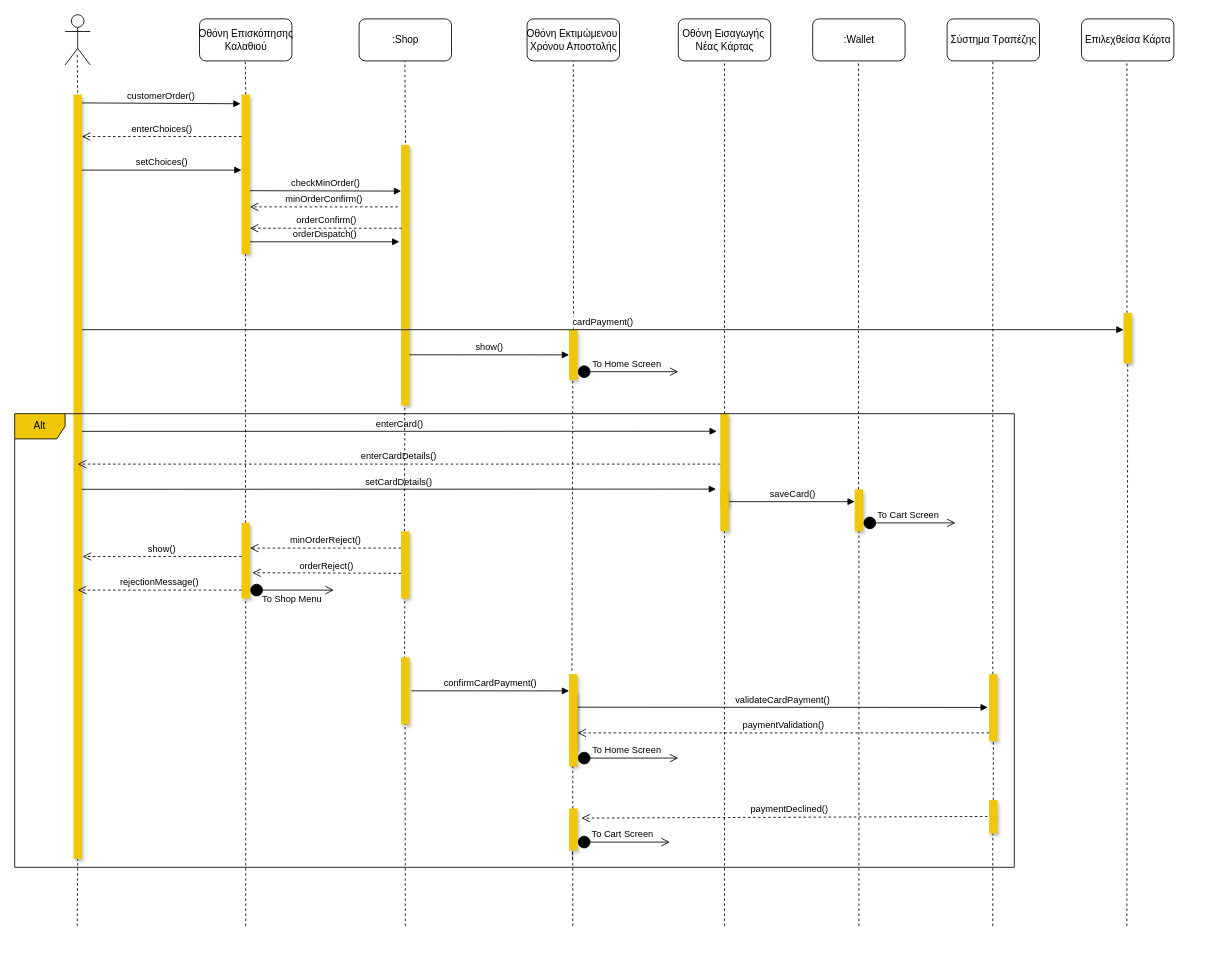
iloudaros/nomnomr keeps this draw.io diagram as docs/contributions/Kout-ou/Phase 4/order_payment.drawio. Above is the earlier version. Source tidied: cells renumbered, new cells numbered last; positions are measured from the earlier drawing's top-left corner, leaving out a move shared by most shapes. Both pictures are drawn from the tidied source at 84%, with x=0, y=0 at pixel (14, 14).
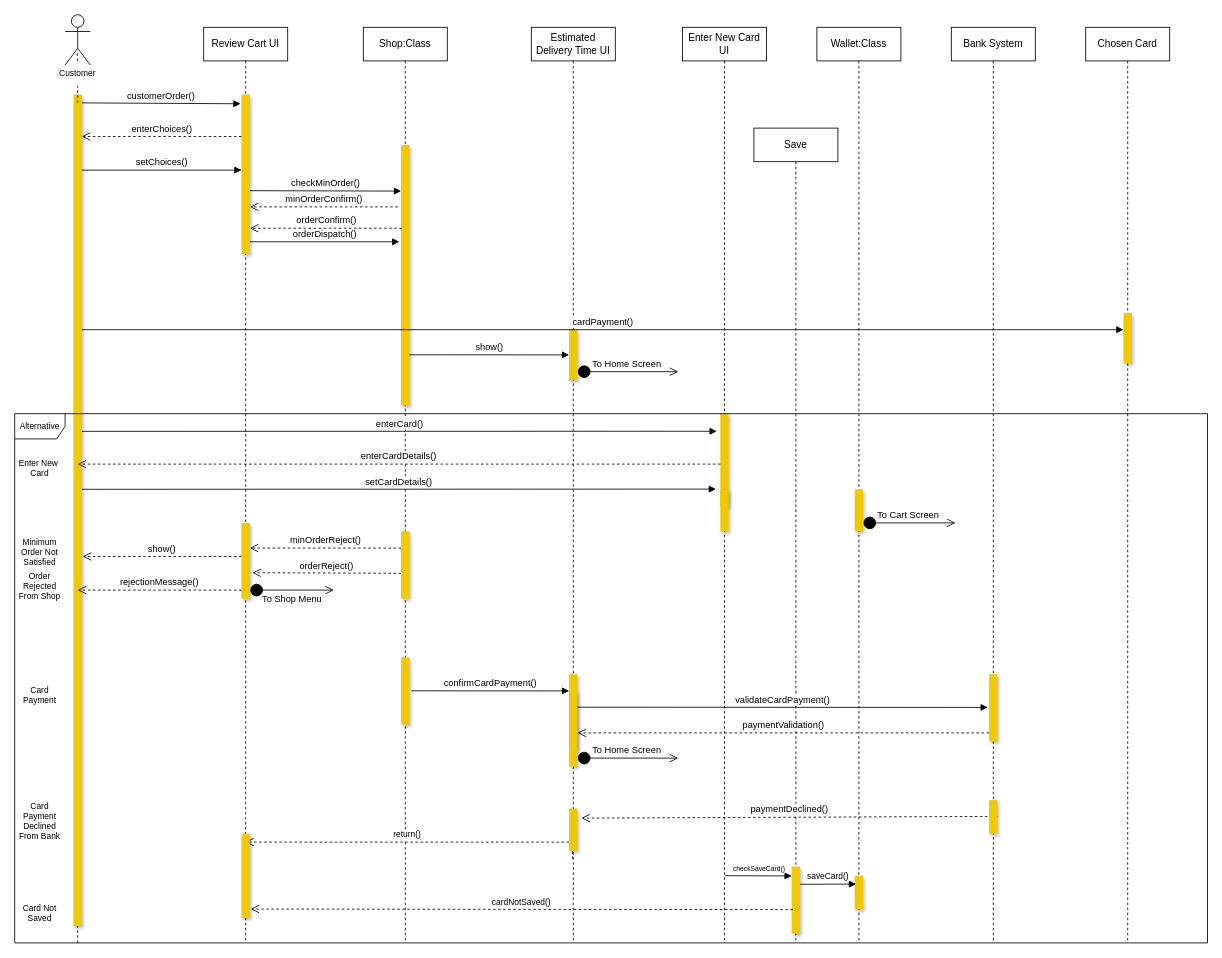
Above is the later version.

Commit message (it also covers changes not shown here):
Fixed Order Payment and Enter Room Sequence

Unchanged cells that the change refers to:
```xml
<mxCell id="18" style="html=1;points=[];perimeter=orthogonalPerimeter;rounded=0;shadow=1;fillColor=#F0C808;strokeColor=none;" parent="1" vertex="1">
  <mxGeometry x="460" y="155" width="10" height="310" as="geometry" />
</mxCell>
<mxCell id="25" style="html=1;points=[];perimeter=orthogonalPerimeter;rounded=0;shadow=1;fillColor=#F0C808;strokeColor=none;" parent="1" vertex="1">
  <mxGeometry x="660" y="375" width="10" height="60" as="geometry" />
</mxCell>
<mxCell id="32" style="html=1;points=[];perimeter=orthogonalPerimeter;rounded=0;shadow=1;fillColor=#F0C808;strokeColor=none;" parent="1" vertex="1">
  <mxGeometry x="1000" y="565" width="10" height="50" as="geometry" />
</mxCell>
<mxCell id="34" style="html=1;points=[];perimeter=orthogonalPerimeter;rounded=0;shadow=1;fillColor=#F0C808;strokeColor=none;" parent="1" vertex="1">
  <mxGeometry x="840" y="475" width="10" height="110" as="geometry" />
</mxCell>
<mxCell id="39" style="html=1;points=[];perimeter=orthogonalPerimeter;rounded=0;shadow=1;fillColor=#F0C808;strokeColor=none;" parent="1" vertex="1">
  <mxGeometry x="840" y="565" width="10" height="50" as="geometry" />
</mxCell>
<mxCell id="43" style="html=1;points=[];perimeter=orthogonalPerimeter;rounded=0;shadow=1;fillColor=#F0C808;strokeColor=none;" parent="1" vertex="1">
  <mxGeometry x="270" y="605" width="10" height="90" as="geometry" />
</mxCell>
<mxCell id="53" style="html=1;points=[];perimeter=orthogonalPerimeter;rounded=0;shadow=1;fillColor=#F0C808;strokeColor=none;" parent="1" vertex="1">
  <mxGeometry x="460" y="765" width="10" height="80" as="geometry" />
</mxCell>
<mxCell id="55" style="html=1;points=[];perimeter=orthogonalPerimeter;rounded=0;shadow=1;fillColor=#F0C808;strokeColor=none;" parent="1" vertex="1">
  <mxGeometry x="660" y="785" width="10" height="90" as="geometry" />
</mxCell>
<mxCell id="57" style="html=1;points=[];perimeter=orthogonalPerimeter;rounded=0;shadow=1;fillColor=#F0C808;strokeColor=none;" parent="1" vertex="1">
  <mxGeometry x="1160" y="785" width="10" height="80" as="geometry" />
</mxCell>
<mxCell id="64" style="html=1;points=[];perimeter=orthogonalPerimeter;rounded=0;shadow=1;fillColor=#F0C808;strokeColor=none;" parent="1" vertex="1">
  <mxGeometry x="660" y="945" width="10" height="50" as="geometry" />
</mxCell>
<mxCell id="69" style="html=1;points=[];perimeter=orthogonalPerimeter;rounded=0;shadow=1;fillColor=#F0C808;strokeColor=none;" parent="1" vertex="1">
  <mxGeometry x="1160" y="935" width="10" height="40" as="geometry" />
</mxCell>
<mxCell id="75" style="html=1;points=[];perimeter=orthogonalPerimeter;rounded=0;shadow=1;fillColor=#F0C808;strokeColor=none;" parent="1" vertex="1">
  <mxGeometry x="1320" y="355" width="10" height="60" as="geometry" />
</mxCell>
```

What changed in the source:
```diff
@@
-    <mxCell id="2" style="endArrow=none;dashed=1;html=1;rounded=0;entryX=0.5;entryY=1;entryDx=0;entryDy=0;startArrow=none;" parent="1" edge="1" source="75">
-      <mxGeometry relative="1" as="geometry">
-        <mxPoint x="1324.1" y="45" as="targetPoint" />
-      </mxGeometry>
-    </mxCell>
-    <mxCell id="3" style="endArrow=none;dashed=1;html=1;rounded=0;entryX=0.5;entryY=1;entryDx=0;entryDy=0;" parent="1" edge="1">
-      <mxGeometry relative="1" as="geometry">
-        <mxPoint x="1164.4" y="1085" as="sourcePoint" />
-        <mxPoint x="1164.4" y="945" as="targetPoint" />
-      </mxGeometry>
-    </mxCell>
-    <mxCell id="4" style="endArrow=none;dashed=1;html=1;rounded=0;entryX=0.5;entryY=1;entryDx=0;entryDy=0;" parent="1" edge="1">
-      <mxGeometry relative="1" as="geometry">
-        <mxPoint x="664.4" y="1085" as="sourcePoint" />
-        <mxPoint x="664.4" y="945" as="targetPoint" />
-      </mxGeometry>
-    </mxCell>
-    <mxCell id="5" style="endArrow=none;dashed=1;html=1;rounded=0;entryX=0.5;entryY=1;entryDx=0;entryDy=0;" parent="1" edge="1">
-      <mxGeometry relative="1" as="geometry">
-        <mxPoint x="464" y="785" as="sourcePoint" />
-        <mxPoint x="464.4" y="685" as="targetPoint" />
-      </mxGeometry>
-    </mxCell>
-    <mxCell id="6" style="endArrow=none;dashed=1;html=1;rounded=0;" parent="1" edge="1" source="43">
-      <mxGeometry relative="1" as="geometry">
-        <mxPoint x="274.8" y="275" as="targetPoint" />
-      </mxGeometry>
-    </mxCell>
-    <mxCell id="7" value="Οθόνη Επισκόπησης&lt;br&gt;Καλαθιού" style="html=1;rounded=1;" parent="1" vertex="1">
-      <mxGeometry x="220" y="5" width="110" height="50" as="geometry" />
-    </mxCell>
+    <mxCell id="71" style="endArrow=none;dashed=1;html=1;rounded=0;" parent="1" edge="1">
+      <mxGeometry relative="1" as="geometry">
+        <mxPoint x="75" y="1105" as="sourcePoint" />
+        <mxPoint x="75" y="1005" as="targetPoint" />
+      </mxGeometry>
+    </mxCell>
+    <mxCell id="78" value="Shop:Class" style="shape=umlLifeline;perimeter=lifelinePerimeter;whiteSpace=wrap;html=1;fillColor=none;" parent="1" vertex="1">
+      <mxGeometry x="415" y="15" width="100" height="1090" as="geometry" />
+    </mxCell>
+    <mxCell id="79" value="Wallet:Class" style="shape=umlLifeline;perimeter=lifelinePerimeter;whiteSpace=wrap;html=1;fillColor=none;" parent="1" vertex="1">
+      <mxGeometry x="955" y="15" width="100" height="1090" as="geometry" />
+    </mxCell>
+    <mxCell id="80" style="html=1;perimeter=orthogonalPerimeter;rounded=0;shadow=1;fillColor=#F0C808;strokeColor=none;" parent="79" vertex="1">
+      <mxGeometry x="45" y="1010" width="10" height="40" as="geometry" />
+    </mxCell>
+    <mxCell id="81" value="Save" style="shape=umlLifeline;perimeter=lifelinePerimeter;whiteSpace=wrap;html=1;fillColor=none;" parent="1" vertex="1">
+      <mxGeometry x="880" y="135" width="100" height="970" as="geometry" />
+    </mxCell>
+    <mxCell id="82" style="html=1;points=[];perimeter=orthogonalPerimeter;rounded=0;shadow=1;fillColor=#F0C808;strokeColor=none;" parent="81" vertex="1">
+      <mxGeometry x="45" y="879" width="10" height="80" as="geometry" />
+    </mxCell>
+    <mxCell id="83" value="Chosen Card" style="shape=umlLifeline;perimeter=lifelinePerimeter;whiteSpace=wrap;html=1;fillColor=none;" parent="1" vertex="1">
+      <mxGeometry x="1275" y="15" width="100" height="1090" as="geometry" />
+    </mxCell>
+    <mxCell id="84" value="Bank System" style="shape=umlLifeline;perimeter=lifelinePerimeter;whiteSpace=wrap;html=1;fillColor=none;" parent="1" vertex="1">
+      <mxGeometry x="1115" y="15" width="100" height="1090" as="geometry" />
+    </mxCell>
+    <mxCell id="37" value="&lt;font style=&quot;font-size: 10px;&quot;&gt;saveCard()&lt;/font&gt;" style="html=1;verticalAlign=bottom;endArrow=block;rounded=0;fontSize=8;jumpSize=6;entryX=0.161;entryY=0.395;entryDx=0;entryDy=0;entryPerimeter=0;" parent="84" edge="1">
+      <mxGeometry relative="1" as="geometry">
+        <mxPoint x="-180" y="1020.2" as="sourcePoint" />
+        <mxPoint x="-113.4" y="1020" as="targetPoint" />
+      </mxGeometry>
+    </mxCell>
+    <mxCell id="85" value="Enter New Card UI" style="shape=umlLifeline;perimeter=lifelinePerimeter;whiteSpace=wrap;html=1;fillColor=none;" parent="1" vertex="1">
+      <mxGeometry x="795" y="15" width="100" height="1090" as="geometry" />
+    </mxCell>
+    <mxCell id="86" value="&lt;font style=&quot;font-size: 8px;&quot;&gt;checkSaveCard()&lt;/font&gt;" style="html=1;verticalAlign=bottom;endArrow=block;rounded=0;exitX=1.072;exitY=0.952;exitDx=0;exitDy=0;exitPerimeter=0;entryX=0.5;entryY=0.063;entryDx=0;entryDy=0;entryPerimeter=0;jumpSize=6;" parent="85" edge="1">
+      <mxGeometry relative="1" as="geometry">
+        <mxPoint x="50.7" y="1010" as="sourcePoint" />
+        <mxPoint x="130" y="1010.3" as="targetPoint" />
+      </mxGeometry>
+    </mxCell>
+    <mxCell id="87" value="Estimated Delivery Time UI" style="shape=umlLifeline;perimeter=lifelinePerimeter;whiteSpace=wrap;html=1;fillColor=none;" parent="1" vertex="1">
+      <mxGeometry x="615" y="15" width="100" height="1090" as="geometry" />
+    </mxCell>
+    <mxCell id="88" value="return()" style="html=1;verticalAlign=bottom;endArrow=open;dashed=1;endSize=8;rounded=0;fontSize=10;jumpSize=6;" parent="87" edge="1" target="89">
+      <mxGeometry relative="1" as="geometry">
+        <mxPoint x="45" y="970" as="sourcePoint" />
+      </mxGeometry>
+    </mxCell>
+    <mxCell id="89" value="Review Cart UI" style="shape=umlLifeline;perimeter=lifelinePerimeter;whiteSpace=wrap;html=1;outlineConnect=0;fillColor=none;" parent="1" vertex="1">
+      <mxGeometry x="225" y="15" width="100" height="1090" as="geometry" />
+    </mxCell>
+    <mxCell id="90" style="html=1;points=[];perimeter=orthogonalPerimeter;rounded=0;shadow=1;fillColor=#F0C808;strokeColor=none;" parent="89" vertex="1">
+      <mxGeometry x="45" y="960" width="10" height="100" as="geometry" />
+    </mxCell>
@@
-    <mxCell id="9" style="endArrow=none;dashed=1;html=1;rounded=0;" parent="1" edge="1">
+    <mxCell id="9" style="endArrow=none;dashed=1;html=1;rounded=0;startArrow=none;" parent="1" edge="1" source="100">
       <mxGeometry relative="1" as="geometry">
-        <mxPoint x="75" y="105" as="sourcePoint" />
         <mxPoint x="74.5" y="45" as="targetPoint" />
       </mxGeometry>
     </mxCell>
     <mxCell id="10" style="html=1;perimeter=orthogonalPerimeter;rounded=0;fillColor=#F0C808;strokeColor=none;shadow=1;" parent="1" vertex="1">
-      <mxGeometry x="70" y="95" width="10" height="910" as="geometry" />
+      <mxGeometry x="70" y="95" width="10" height="990" as="geometry" />
     </mxCell>
-    <mxCell id="11" style="endArrow=none;dashed=1;html=1;rounded=0;" parent="1" edge="1">
-      <mxGeometry relative="1" as="geometry">
-        <mxPoint x="275" y="95" as="sourcePoint" />
-        <mxPoint x="274.5" y="55" as="targetPoint" />
-      </mxGeometry>
-    </mxCell>
@@
-    <mxCell id="16" value=":Shop" style="html=1;rounded=1;shadow=0;fillColor=#FFFFFF;" parent="1" vertex="1">
-      <mxGeometry x="410" y="5" width="110" height="50" as="geometry" />
-    </mxCell>
-    <mxCell id="17" style="endArrow=none;dashed=1;html=1;rounded=0;exitX=0.52;exitY=-0.008;exitDx=0;exitDy=0;exitPerimeter=0;" parent="1" edge="1" source="18">
-      <mxGeometry relative="1" as="geometry">
-        <mxPoint x="464.5" y="55" as="targetPoint" />
-      </mxGeometry>
-    </mxCell>
@@
-    <mxCell id="23" value="Οθόνη Εκτιμώμενου&amp;nbsp;&lt;br&gt;Χρόνου Αποστολής" style="html=1;rounded=1;shadow=0;fillColor=#FFFFFF;" parent="1" vertex="1">
-      <mxGeometry x="610" y="5" width="110" height="50" as="geometry" />
-    </mxCell>
-    <mxCell id="24" style="endArrow=none;dashed=1;html=1;rounded=0;entryX=0.5;entryY=1;entryDx=0;entryDy=0;exitX=0.52;exitY=-0.018;exitDx=0;exitDy=0;exitPerimeter=0;" parent="1" edge="1" source="25" target="23">
-      <mxGeometry relative="1" as="geometry" />
-    </mxCell>
@@
-    <mxCell id="27" value="Οθόνη Εισαγωγής&amp;nbsp;&lt;br&gt;Νέας Κάρτας" style="html=1;rounded=1;shadow=0;fillColor=#FFFFFF;" parent="1" vertex="1">
-      <mxGeometry x="790" y="5" width="110" height="50" as="geometry" />
-    </mxCell>
-    <mxCell id="28" style="endArrow=none;dashed=1;html=1;rounded=0;entryX=0.5;entryY=1;entryDx=0;entryDy=0;startArrow=none;" parent="1" edge="1" source="34" target="27">
-      <mxGeometry relative="1" as="geometry" />
-    </mxCell>
@@
-    <mxCell id="30" value=":Wallet" style="html=1;rounded=1;shadow=0;fillColor=#FFFFFF;" parent="1" vertex="1">
-      <mxGeometry x="950" y="5" width="110" height="50" as="geometry" />
-    </mxCell>
-    <mxCell id="31" style="endArrow=none;dashed=1;html=1;rounded=0;entryX=0.5;entryY=1;entryDx=0;entryDy=0;startArrow=none;" parent="1" edge="1" source="32">
-      <mxGeometry relative="1" as="geometry">
-        <mxPoint x="1004.5" y="55" as="targetPoint" />
-      </mxGeometry>
-    </mxCell>
@@
-    <mxCell id="33" style="endArrow=none;dashed=1;html=1;rounded=0;entryX=0.5;entryY=1;entryDx=0;entryDy=0;" parent="1" edge="1" target="32">
-      <mxGeometry relative="1" as="geometry">
-        <mxPoint x="1005" y="1085" as="sourcePoint" />
-      </mxGeometry>
-    </mxCell>
@@
-    <mxCell id="37" value="saveCard()" style="html=1;verticalAlign=bottom;endArrow=block;rounded=0;entryX=0;entryY=0.294;entryDx=0;entryDy=0;entryPerimeter=0;exitX=1.072;exitY=0.952;exitDx=0;exitDy=0;exitPerimeter=0;" parent="1" edge="1" source="34" target="32">
-      <mxGeometry relative="1" as="geometry" />
-    </mxCell>
@@
-    <mxCell id="40" style="endArrow=none;dashed=1;html=1;rounded=0;entryX=0.5;entryY=1;entryDx=0;entryDy=0;" parent="1" edge="1" target="39">
-      <mxGeometry relative="1" as="geometry">
-        <mxPoint x="845" y="1085" as="sourcePoint" />
-      </mxGeometry>
-    </mxCell>
-    <mxCell id="41" style="endArrow=none;dashed=1;html=1;rounded=0;" parent="1" edge="1">
-      <mxGeometry relative="1" as="geometry">
-        <mxPoint x="464" y="615" as="sourcePoint" />
-        <mxPoint x="464.4" y="465" as="targetPoint" />
-      </mxGeometry>
-    </mxCell>
@@
-    <mxCell id="50" value="Σύστημα Τραπέζης" style="html=1;rounded=1;shadow=0;fillColor=#FFFFFF;strokeColor=default;" parent="1" vertex="1">
-      <mxGeometry x="1110" y="5" width="110" height="50" as="geometry" />
-    </mxCell>
@@
-    <mxCell id="54" style="endArrow=none;dashed=1;html=1;rounded=0;exitX=0.335;exitY=-0.045;exitDx=0;exitDy=0;exitPerimeter=0;" parent="1" edge="1" source="55">
-      <mxGeometry relative="1" as="geometry">
-        <mxPoint x="664.4" y="435" as="targetPoint" />
-      </mxGeometry>
-    </mxCell>
@@
-    <mxCell id="56" style="endArrow=none;dashed=1;html=1;rounded=0;entryX=0.5;entryY=1;entryDx=0;entryDy=0;startArrow=none;" parent="1" edge="1" source="57">
-      <mxGeometry relative="1" as="geometry">
-        <mxPoint x="1164.4" y="55" as="targetPoint" />
-      </mxGeometry>
-    </mxCell>
@@
-    <mxCell id="58" style="endArrow=none;dashed=1;html=1;rounded=0;entryX=0.5;entryY=1;entryDx=0;entryDy=0;startArrow=none;" parent="1" edge="1" source="69" target="57">
-      <mxGeometry relative="1" as="geometry" />
-    </mxCell>
@@
-    <mxCell id="62" style="endArrow=none;dashed=1;html=1;rounded=0;startArrow=none;" parent="1" edge="1" source="64">
-      <mxGeometry relative="1" as="geometry">
-        <mxPoint x="664.4" y="885" as="targetPoint" />
-      </mxGeometry>
-    </mxCell>
@@
-    <mxCell id="68" value="To Cart Screen&amp;nbsp;" style="html=1;verticalAlign=bottom;startArrow=circle;startFill=1;endArrow=open;startSize=6;endSize=8;rounded=0;" parent="1" edge="1">
-      <mxGeometry relative="1" as="geometry">
-        <mxPoint x="670" y="985" as="sourcePoint" />
-        <mxPoint x="780" y="985" as="targetPoint" />
-      </mxGeometry>
-    </mxCell>
@@
-    <mxCell id="70" value="Alt" style="shape=umlFrame;whiteSpace=wrap;html=1;rounded=1;shadow=0;strokeColor=default;fillColor=#F0C808;" parent="1" vertex="1">
-      <mxGeometry y="475" width="1190" height="540" as="geometry" />
-    </mxCell>
-    <mxCell id="71" style="endArrow=none;dashed=1;html=1;rounded=0;" parent="1" edge="1">
-      <mxGeometry relative="1" as="geometry">
-        <mxPoint x="74.4" y="1085" as="sourcePoint" />
-        <mxPoint x="75" y="1005" as="targetPoint" />
-      </mxGeometry>
-    </mxCell>
-    <mxCell id="72" style="endArrow=none;dashed=1;html=1;rounded=0;" parent="1" edge="1">
-      <mxGeometry relative="1" as="geometry">
-        <mxPoint x="275" y="1085" as="sourcePoint" />
-        <mxPoint x="275" y="695" as="targetPoint" />
-      </mxGeometry>
-    </mxCell>
-    <mxCell id="73" style="endArrow=none;dashed=1;html=1;rounded=0;entryX=0.476;entryY=0.993;entryDx=0;entryDy=0;entryPerimeter=0;" parent="1" edge="1" target="53">
-      <mxGeometry relative="1" as="geometry">
-        <mxPoint x="465" y="1085" as="sourcePoint" />
-      </mxGeometry>
-    </mxCell>
-    <mxCell id="74" value="Επιλεχθείσα Κάρτα" style="html=1;rounded=1;" parent="1" vertex="1">
-      <mxGeometry x="1270" y="5" width="110" height="50" as="geometry" />
-    </mxCell>
@@
-    <mxCell id="76" style="endArrow=none;dashed=1;html=1;rounded=0;entryX=0.5;entryY=1;entryDx=0;entryDy=0;startArrow=none;" parent="1" edge="1" target="75">
-      <mxGeometry relative="1" as="geometry">
-        <mxPoint x="1324" y="1085" as="sourcePoint" />
-      </mxGeometry>
-    </mxCell>
@@
+    <mxCell id="91" value="cardNotSaved()" style="html=1;verticalAlign=bottom;endArrow=open;dashed=1;endSize=8;rounded=0;fontSize=10;jumpSize=6;entryX=1.091;entryY=0.897;entryDx=0;entryDy=0;entryPerimeter=0;exitX=0.148;exitY=0.642;exitDx=0;exitDy=0;exitPerimeter=0;" parent="1" edge="1" source="82" target="90">
+      <mxGeometry relative="1" as="geometry" />
+    </mxCell>
+    <mxCell id="92" value="Alternative" style="shape=umlFrame;whiteSpace=wrap;html=1;fontSize=10;fillColor=none;" parent="1" vertex="1">
+      <mxGeometry y="475" width="1420" height="630" as="geometry" />
+    </mxCell>
+    <mxCell id="93" value="Enter New&amp;nbsp;&lt;br&gt;Card" style="text;html=1;strokeColor=none;fillColor=none;align=center;verticalAlign=middle;whiteSpace=wrap;rounded=0;fontSize=10;" parent="1" vertex="1">
+      <mxGeometry y="525" width="60" height="30" as="geometry" />
+    </mxCell>
+    <mxCell id="94" value="Card Not&lt;br&gt;Saved" style="text;html=1;strokeColor=none;fillColor=none;align=center;verticalAlign=middle;whiteSpace=wrap;rounded=0;fontSize=10;" parent="1" vertex="1">
+      <mxGeometry y="1055" width="60" height="30" as="geometry" />
+    </mxCell>
+    <mxCell id="95" value="Minimum Order Not Satisfied" style="text;html=1;strokeColor=none;fillColor=none;align=center;verticalAlign=middle;whiteSpace=wrap;rounded=0;fontSize=10;" parent="1" vertex="1">
+      <mxGeometry y="625" width="60" height="30" as="geometry" />
+    </mxCell>
+    <mxCell id="96" value="Order Rejected From Shop" style="text;html=1;strokeColor=none;fillColor=none;align=center;verticalAlign=middle;whiteSpace=wrap;rounded=0;fontSize=10;" parent="1" vertex="1">
+      <mxGeometry y="665" width="60" height="30" as="geometry" />
+    </mxCell>
+    <mxCell id="97" value="Card Payment" style="text;html=1;strokeColor=none;fillColor=none;align=center;verticalAlign=middle;whiteSpace=wrap;rounded=0;fontSize=10;" parent="1" vertex="1">
+      <mxGeometry y="795" width="60" height="30" as="geometry" />
+    </mxCell>
+    <mxCell id="98" value="Card Payment Declined From Bank" style="text;html=1;strokeColor=none;fillColor=none;align=center;verticalAlign=middle;whiteSpace=wrap;rounded=0;fontSize=10;" parent="1" vertex="1">
+      <mxGeometry y="945" width="60" height="30" as="geometry" />
+    </mxCell>
+    <mxCell id="99" style="endArrow=none;dashed=1;html=1;rounded=0;" parent="1" edge="1" target="100">
+      <mxGeometry relative="1" as="geometry">
+        <mxPoint x="75" y="105" as="sourcePoint" />
+      </mxGeometry>
+    </mxCell>
+    <mxCell id="100" value="Customer" style="text;html=1;strokeColor=none;fillColor=none;align=center;verticalAlign=middle;whiteSpace=wrap;rounded=0;fontSize=10;" parent="1" vertex="1">
+      <mxGeometry x="45" y="55" width="60" height="30" as="geometry" />
+    </mxCell>
```
